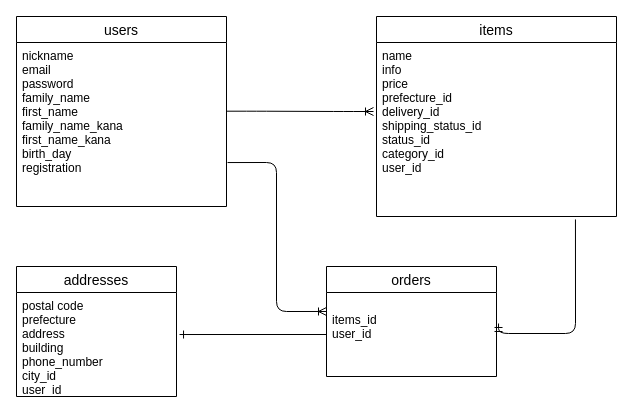
Before: furima.dio in sae-yajima/furima-35697, a draw.io diagram. Source tidied: cells renumbered, new cells numbered last; positions are measured from the earlier drawing's top-left corner, leaving out a move shared by most shapes. Both pictures are drawn from the tidied source at 100%, with x=0, y=0 at pixel (16, 16).
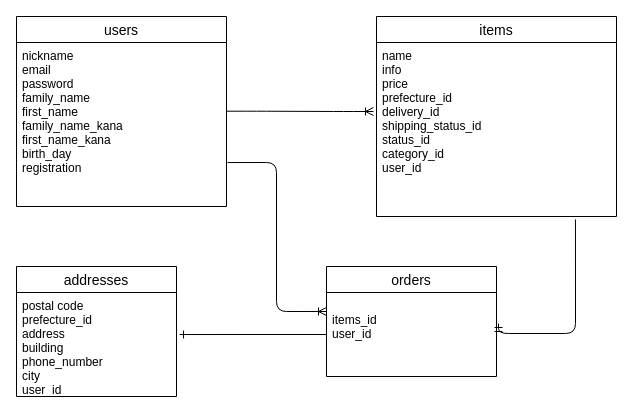
The same page after the edit.

What changed in the source:
```diff
@@
 <mxGraphModel>
   <root>
     <mxCell id="0" />
     <mxCell id="1" parent="0" />
     <mxCell id="2" value="users" style="swimlane;fontStyle=0;horizontal=1;startSize=26;align=center;fontSize=14;" parent="1" vertex="1">
       <mxGeometry width="210" height="190" as="geometry" />
     </mxCell>
     <mxCell id="3" value="nickname&#10;email&#10;password&#10;family_name&#10;first_name&#10;family_name_kana&#10;first_name_kana&#10;birth_day&#10;registration&#10;" style="text;strokeColor=none;fillColor=none;spacingLeft=4;spacingRight=4;overflow=hidden;points=[[0,0.5],[1,0.5]];portConstraint=eastwest;fontSize=12;" parent="2" vertex="1">
       <mxGeometry y="26" width="210" height="164" as="geometry" />
     </mxCell>
     <mxCell id="4" value="items" style="swimlane;fontStyle=0;horizontal=1;startSize=26;align=center;fontSize=14;" parent="1" vertex="1">
       <mxGeometry x="360" width="240" height="200" as="geometry" />
     </mxCell>
     <mxCell id="5" value="name&#10;info&#10;price&#10;prefecture_id&#10;delivery_id&#10;shipping_status_id&#10;status_id&#10;category_id&#10;user_id&#10;&#10;&#10;&#10;&#10;&#10;" style="text;strokeColor=none;fillColor=none;spacingLeft=4;spacingRight=4;overflow=hidden;points=[[0,0.5],[1,0.5]];portConstraint=eastwest;fontSize=12;" parent="4" vertex="1">
       <mxGeometry y="26" width="240" height="174" as="geometry" />
     </mxCell>
     <mxCell id="6" style="edgeStyle=entityRelationEdgeStyle;fontSize=12;html=1;endArrow=ERoneToMany;exitX=1.01;exitY=0.313;exitDx=0;exitDy=0;exitPerimeter=0;" parent="1" edge="1">
       <mxGeometry relative="1" as="geometry">
         <mxPoint x="210" y="94.7" as="sourcePoint" />
         <mxPoint x="357" y="95" as="targetPoint" />
       </mxGeometry>
     </mxCell>
     <mxCell id="7" value="orders" style="swimlane;fontStyle=0;horizontal=1;startSize=26;align=center;fontSize=14;" parent="1" vertex="1">
       <mxGeometry x="310" y="250" width="170" height="110" as="geometry" />
     </mxCell>
     <mxCell id="8" value="&#10;items_id&#10;user_id" style="text;strokeColor=none;fillColor=none;spacingLeft=4;spacingRight=4;overflow=hidden;points=[[0,0.5],[1,0.5]];portConstraint=eastwest;fontSize=12;" parent="7" vertex="1">
       <mxGeometry y="26" width="170" height="84" as="geometry" />
     </mxCell>
     <mxCell id="9" value="addresses" style="swimlane;fontStyle=0;horizontal=1;startSize=26;align=center;fontSize=14;" parent="1" vertex="1">
       <mxGeometry y="250" width="160" height="130" as="geometry" />
     </mxCell>
-    <mxCell id="10" value="postal code&#10;prefecture&#10;address&#10;building&#10;phone_number&#10;city_id&#10;user_id&#10;&#10;&#10;&#10;&#10;" style="text;strokeColor=none;fillColor=none;spacingLeft=4;spacingRight=4;overflow=hidden;points=[[0,0.5],[1,0.5]];portConstraint=eastwest;fontSize=12;" parent="9" vertex="1">
+    <mxCell id="10" value="postal code&#10;prefecture_id&#10;address&#10;building&#10;phone_number&#10;city&#10;user_id&#10;&#10;&#10;&#10;&#10;" style="text;strokeColor=none;fillColor=none;spacingLeft=4;spacingRight=4;overflow=hidden;points=[[0,0.5],[1,0.5]];portConstraint=eastwest;fontSize=12;" parent="9" vertex="1">
       <mxGeometry y="26" width="160" height="104" as="geometry" />
     </mxCell>
     <mxCell id="11" style="fontSize=12;html=1;endArrow=ERone;endFill=1;entryX=1.019;entryY=0.404;entryDx=0;entryDy=0;entryPerimeter=0;exitX=0;exitY=0.5;exitDx=0;exitDy=0;" parent="1" edge="1" source="8" target="10">
       <mxGeometry relative="1" as="geometry" />
     </mxCell>
     <mxCell id="12" style="fontSize=12;html=1;endArrow=ERmandOne;edgeStyle=orthogonalEdgeStyle;entryX=1.012;entryY=0.369;entryDx=0;entryDy=0;entryPerimeter=0;exitX=0.829;exitY=1.017;exitDx=0;exitDy=0;exitPerimeter=0;" parent="1" edge="1" source="5" target="8">
       <mxGeometry relative="1" as="geometry">
         <Array as="points">
           <mxPoint x="559" y="317" />
         </Array>
       </mxGeometry>
     </mxCell>
     <mxCell id="13" style="edgeStyle=orthogonalEdgeStyle;fontSize=12;html=1;endArrow=ERoneToMany;entryX=0;entryY=0.226;entryDx=0;entryDy=0;entryPerimeter=0;exitX=1.005;exitY=0.732;exitDx=0;exitDy=0;exitPerimeter=0;" parent="1" edge="1" source="3" target="8">
       <mxGeometry relative="1" as="geometry" />
     </mxCell>
   </root>
 </mxGraphModel>
```
